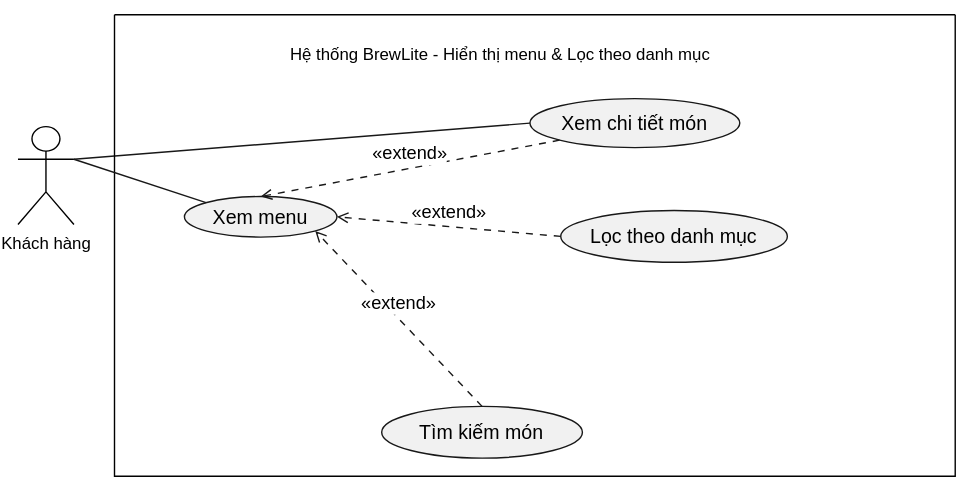
Earlier version of the draw.io export docs/diagrams/menu/usecase-menu.svg (Phuc280106/BrewLite2). Source tidied: cells renumbered, new cells last; positions are measured from the earlier drawing's top-left corner, leaving out a move shared by most shapes.
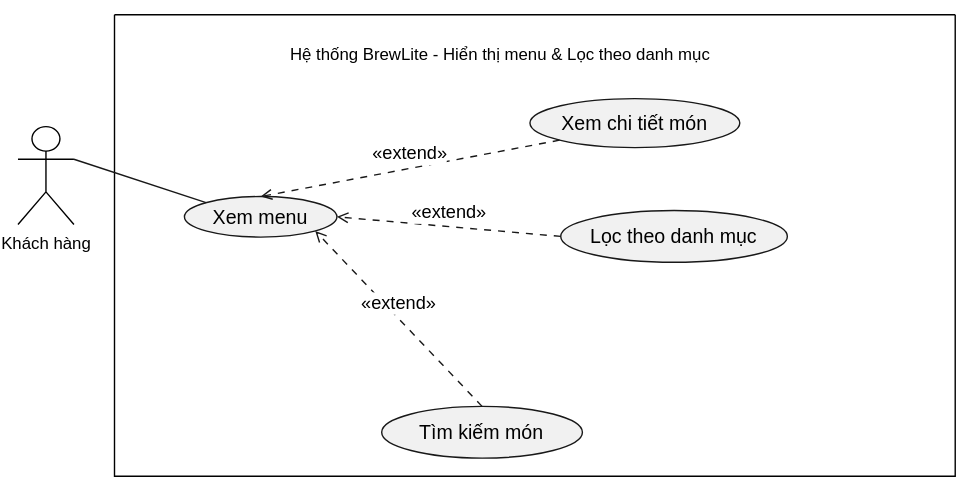
After the commit.

Commit message:
docs(diagrams): cập nhật sơ đồ usecase-menu.puml và usecase-menu.svg cho chức năng 1 (FR-01, FR-02)

Change to the diagram source:
```diff
@@ -8,9 +8,6 @@
     <mxCell id="3" value="Khách hàng&lt;div&gt;&lt;br&gt;&lt;/div&gt;" style="shape=umlActor;verticalLabelPosition=bottom;verticalAlign=top;html=1;outlineConnect=0;" parent="2" vertex="1">
       <mxGeometry x="-760" y="160" width="40" height="70" as="geometry" />
     </mxCell>
-    <mxCell id="4" style="endArrow=none;strokeColor=#181818;fontColor=#000000;fontSize=13;edgeStyle=none;rounded=0;html=1;curved=0;endSize=6;sourcePerimeterSpacing=0;targetPerimeterSpacing=0;exitX=1;exitY=0.3333333333333333;exitDx=0;exitDy=0;exitPerimeter=0;entryX=0;entryY=0.5;entryDx=0;entryDy=0;" parent="2" edge="1" source="3" target="6">
-      <mxGeometry relative="1" as="geometry" />
-    </mxCell>
     <mxCell id="5" style="swimlane;startSize=0;" parent="2" vertex="1">
       <mxGeometry x="-691" y="80" width="601" height="330" as="geometry" />
     </mxCell>
```
